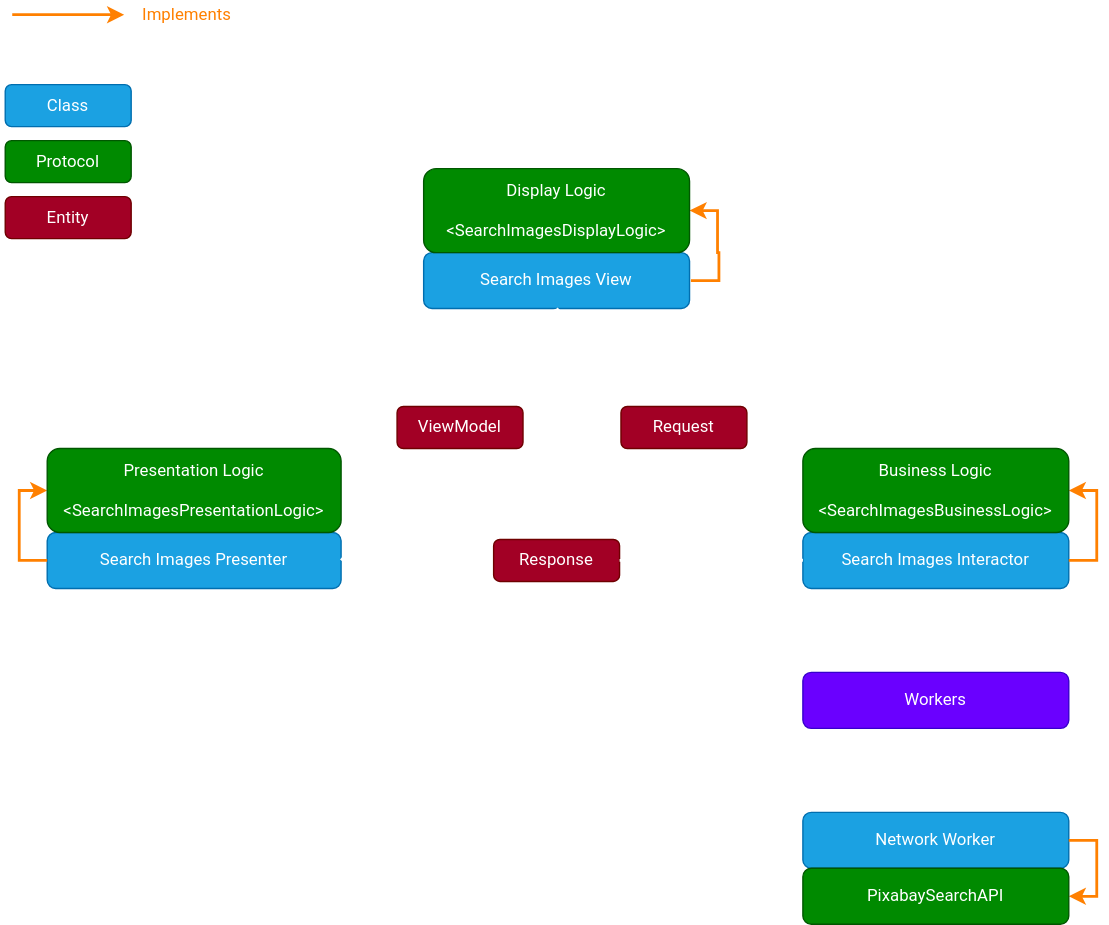
RayanSaeed/Pixabay keeps this draw.io diagram as Pixabay.drawio.svg. Above is the earlier version. Source tidied: cells renumbered, new cells last; positions are measured from the earlier drawing's top-left corner, leaving out a move shared by most shapes.
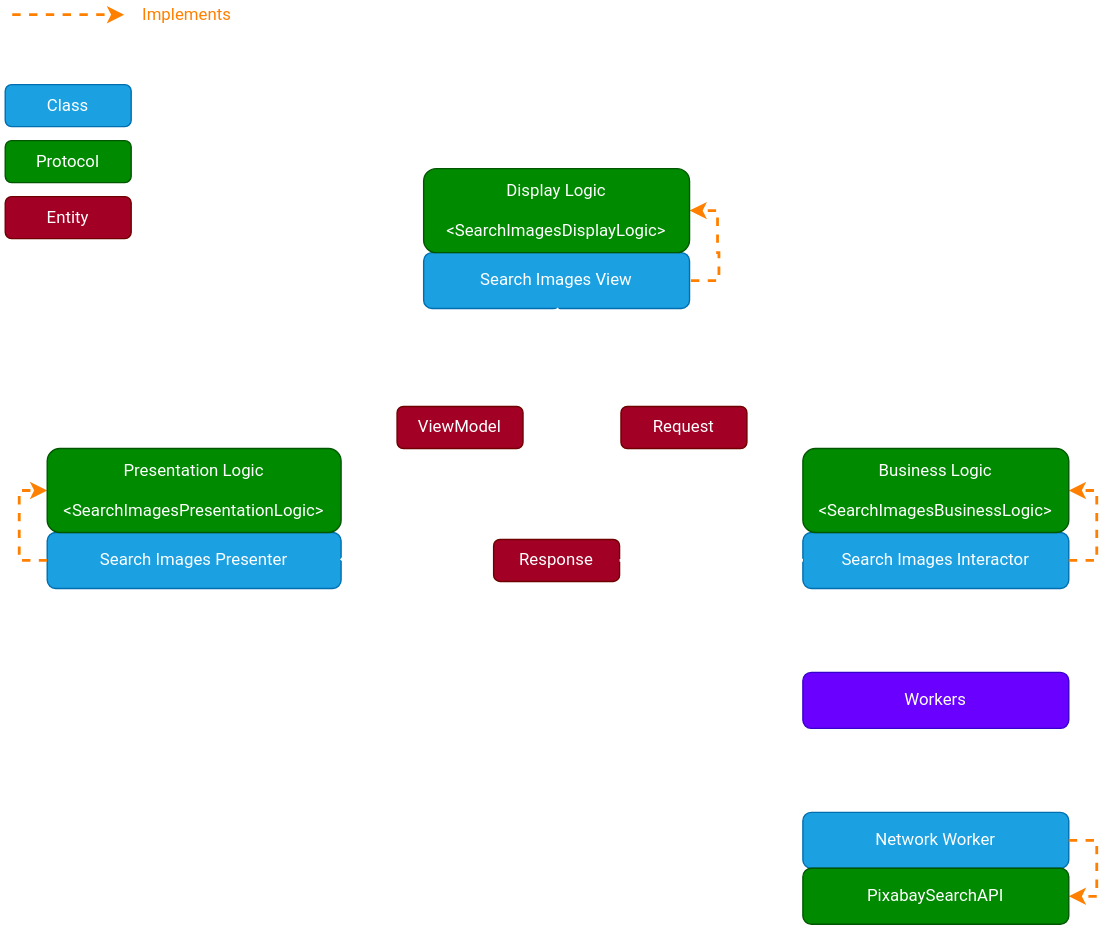
Above is the later version.

What changed in the source:
```diff
@@ -11,7 +11,7 @@
     <mxCell id="4" value="Search Images Interactor" style="rounded=1;whiteSpace=wrap;html=1;fontFamily=Roboto;fontSource=https%3A%2F%2Ffonts.googleapis.com%2Fcss%3Ffamily%3DRoboto;fillColor=#1ba1e2;fontColor=#ffffff;strokeColor=#006EAF;" parent="1" vertex="1">
       <mxGeometry x="570" y="380" width="190" height="40" as="geometry" />
     </mxCell>
-    <mxCell id="5" style="edgeStyle=orthogonalEdgeStyle;rounded=0;jettySize=auto;html=1;exitX=1;exitY=0.5;exitDx=0;exitDy=0;entryX=1;entryY=0.5;entryDx=0;entryDy=0;fontFamily=Roboto;fontSource=https%3A%2F%2Ffonts.googleapis.com%2Fcss%3Ffamily%3DRoboto;fontColor=#FF8000;startSize=6;strokeColor=#FF8000;strokeWidth=2;" parent="1" edge="1" source="4" target="6">
+    <mxCell id="5" style="edgeStyle=orthogonalEdgeStyle;rounded=0;jettySize=auto;html=1;exitX=1;exitY=0.5;exitDx=0;exitDy=0;entryX=1;entryY=0.5;entryDx=0;entryDy=0;fontFamily=Roboto;fontSource=https%3A%2F%2Ffonts.googleapis.com%2Fcss%3Ffamily%3DRoboto;fontColor=#FF8000;startSize=6;strokeColor=#FF8000;strokeWidth=2;dashed=1;" parent="1" edge="1" source="4" target="6">
       <mxGeometry relative="1" as="geometry" />
     </mxCell>
     <mxCell id="6" value="Business Logic&lt;br&gt;&lt;br&gt;&amp;lt;SearchImagesBusinessLogic&amp;gt;" style="rounded=1;whiteSpace=wrap;html=1;fontFamily=Roboto;fontSource=https%3A%2F%2Ffonts.googleapis.com%2Fcss%3Ffamily%3DRoboto;fillColor=#008a00;fontColor=#ffffff;strokeColor=#005700;" parent="1" vertex="1">
@@ -20,7 +20,7 @@
     <mxCell id="7" value="Search Images Presenter" style="rounded=1;whiteSpace=wrap;html=1;fontFamily=Roboto;fontSource=https%3A%2F%2Ffonts.googleapis.com%2Fcss%3Ffamily%3DRoboto;fillColor=#1ba1e2;fontColor=#ffffff;strokeColor=#006EAF;" parent="1" vertex="1">
       <mxGeometry x="30" y="380" width="210" height="40" as="geometry" />
     </mxCell>
-    <mxCell id="8" style="edgeStyle=orthogonalEdgeStyle;rounded=0;jettySize=auto;html=1;exitX=0;exitY=0.5;exitDx=0;exitDy=0;fontFamily=Roboto;fontSource=https%3A%2F%2Ffonts.googleapis.com%2Fcss%3Ffamily%3DRoboto;fontColor=#FF8000;startSize=6;strokeColor=#FF8000;strokeWidth=2;entryX=0;entryY=0.5;entryDx=0;entryDy=0;" parent="1" edge="1" source="7" target="9">
+    <mxCell id="8" style="edgeStyle=orthogonalEdgeStyle;rounded=0;jettySize=auto;html=1;exitX=0;exitY=0.5;exitDx=0;exitDy=0;fontFamily=Roboto;fontSource=https%3A%2F%2Ffonts.googleapis.com%2Fcss%3Ffamily%3DRoboto;fontColor=#FF8000;startSize=6;strokeColor=#FF8000;strokeWidth=2;entryX=0;entryY=0.5;entryDx=0;entryDy=0;dashed=1;" parent="1" edge="1" source="7" target="9">
       <mxGeometry relative="1" as="geometry">
         <Array as="points">
           <mxPoint x="10" y="400" />
@@ -34,7 +34,7 @@
     <mxCell id="10" value="Search Images View" style="rounded=1;whiteSpace=wrap;html=1;fontFamily=Roboto;fontSource=https%3A%2F%2Ffonts.googleapis.com%2Fcss%3Ffamily%3DRoboto;fillColor=#1ba1e2;fontColor=#ffffff;strokeColor=#006EAF;" parent="1" vertex="1">
       <mxGeometry x="299" y="180" width="190" height="40" as="geometry" />
     </mxCell>
-    <mxCell id="11" style="edgeStyle=orthogonalEdgeStyle;rounded=0;jettySize=auto;html=1;exitX=1;exitY=0.5;exitDx=0;exitDy=0;fontFamily=Roboto;fontSource=https%3A%2F%2Ffonts.googleapis.com%2Fcss%3Ffamily%3DRoboto;fontColor=#FF8000;startSize=6;strokeColor=#FF8000;strokeWidth=2;entryX=1;entryY=0.5;entryDx=0;entryDy=0;" parent="1" edge="1" target="12">
+    <mxCell id="11" style="edgeStyle=orthogonalEdgeStyle;rounded=0;jettySize=auto;html=1;exitX=1;exitY=0.5;exitDx=0;exitDy=0;fontFamily=Roboto;fontSource=https%3A%2F%2Ffonts.googleapis.com%2Fcss%3Ffamily%3DRoboto;fontColor=#FF8000;startSize=6;strokeColor=#FF8000;strokeWidth=2;entryX=1;entryY=0.5;entryDx=0;entryDy=0;dashed=1;" parent="1" edge="1" target="12">
       <mxGeometry relative="1" as="geometry">
         <mxPoint x="490" y="200" as="sourcePoint" />
         <Array as="points">
@@ -63,7 +63,7 @@
     <mxCell id="16" value="'Has A'" style="text;html=1;strokeColor=none;fillColor=none;align=center;verticalAlign=middle;whiteSpace=wrap;rounded=0;fontFamily=Roboto;fontSource=https%3A%2F%2Ffonts.googleapis.com%2Fcss%3Ffamily%3DRoboto;fontColor=#FFFFFF;" parent="1" vertex="1">
       <mxGeometry x="90" y="30" width="50" height="20" as="geometry" />
     </mxCell>
-    <mxCell id="17" style="endArrow=classic;html=1;rounded=0;fontFamily=Roboto;fontSource=https%3A%2F%2Ffonts.googleapis.com%2Fcss%3Ffamily%3DRoboto;startSize=6;strokeWidth=2;fillColor=#fa6800;strokeColor=#FF8000;" parent="1" edge="1">
+    <mxCell id="17" style="endArrow=classic;html=1;rounded=0;fontFamily=Roboto;fontSource=https%3A%2F%2Ffonts.googleapis.com%2Fcss%3Ffamily%3DRoboto;startSize=6;strokeWidth=2;fillColor=#fa6800;strokeColor=#FF8000;dashed=1;" parent="1" edge="1">
       <mxGeometry relative="1" as="geometry">
         <mxPoint x="5" y="10" as="sourcePoint" />
         <mxPoint x="85" y="10" as="targetPoint" />
@@ -104,7 +104,7 @@
     <mxCell id="28" value="Network Worker" style="rounded=1;whiteSpace=wrap;html=1;fontFamily=Roboto;fontSource=https%3A%2F%2Ffonts.googleapis.com%2Fcss%3Ffamily%3DRoboto;fillColor=#1ba1e2;fontColor=#ffffff;strokeColor=#006EAF;" parent="1" vertex="1">
       <mxGeometry x="570" y="580" width="190" height="40" as="geometry" />
     </mxCell>
-    <mxCell id="29" style="edgeStyle=orthogonalEdgeStyle;rounded=0;jettySize=auto;html=1;exitX=1;exitY=0.5;exitDx=0;exitDy=0;entryX=1;entryY=0.5;entryDx=0;entryDy=0;fontFamily=Roboto;fontSource=https%3A%2F%2Ffonts.googleapis.com%2Fcss%3Ffamily%3DRoboto;fontColor=#FF8000;startSize=6;strokeColor=#FF8000;strokeWidth=2;" parent="1" edge="1" source="28" target="30">
+    <mxCell id="29" style="edgeStyle=orthogonalEdgeStyle;rounded=0;jettySize=auto;html=1;exitX=1;exitY=0.5;exitDx=0;exitDy=0;entryX=1;entryY=0.5;entryDx=0;entryDy=0;fontFamily=Roboto;fontSource=https%3A%2F%2Ffonts.googleapis.com%2Fcss%3Ffamily%3DRoboto;fontColor=#FF8000;startSize=6;strokeColor=#FF8000;strokeWidth=2;dashed=1;" parent="1" edge="1" source="28" target="30">
       <mxGeometry relative="1" as="geometry" />
     </mxCell>
     <mxCell id="30" value="PixabaySearchAPI" style="rounded=1;whiteSpace=wrap;html=1;fontFamily=Roboto;fontSource=https%3A%2F%2Ffonts.googleapis.com%2Fcss%3Ffamily%3DRoboto;fillColor=#008a00;fontColor=#ffffff;strokeColor=#005700;" parent="1" vertex="1">
```
